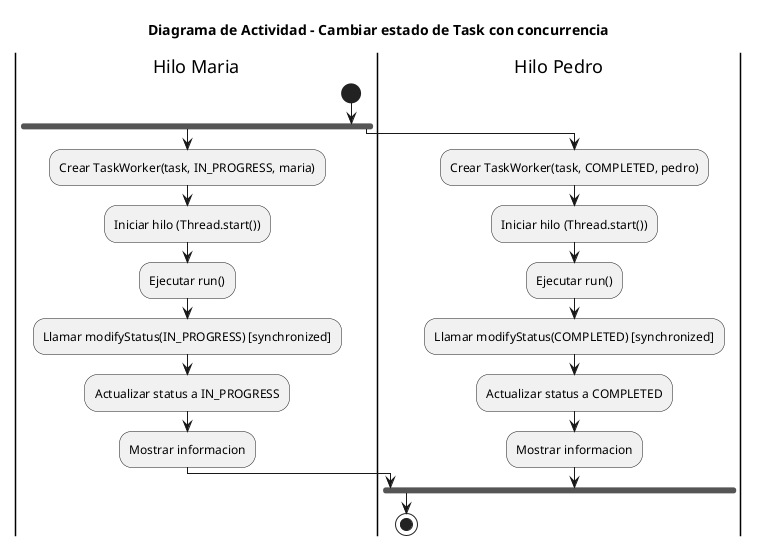
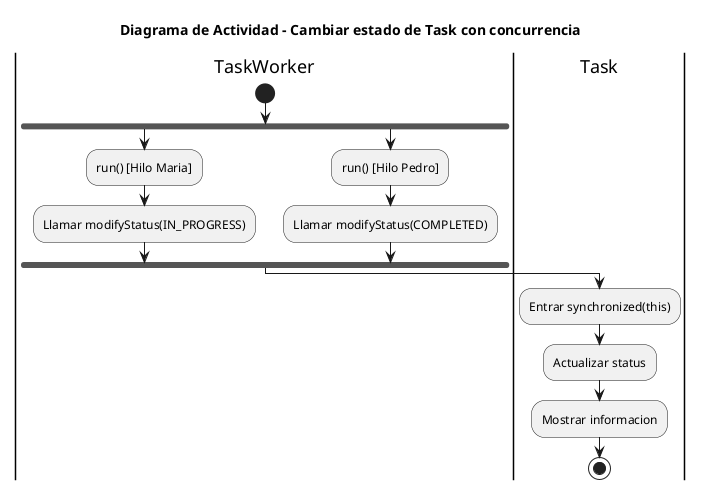
@startuml DiagramaActividadV2
title Diagrama de Actividad - Cambiar estado de Task con concurrencia

- |Hilo Maria|
+ |TaskWorker|
start
fork
-   :Crear TaskWorker(task, IN_PROGRESS, maria);
-   :Iniciar hilo (Thread.start());
-   :Ejecutar run();
-   :Llamar modifyStatus(IN_PROGRESS) [synchronized];
-   :Actualizar status a IN_PROGRESS;
-   :Mostrar informacion;
+   :run() [Hilo Maria];
+   :Llamar modifyStatus(IN_PROGRESS);
fork again
-   |Hilo Pedro|
-   :Crear TaskWorker(task, COMPLETED, pedro);
-   :Iniciar hilo (Thread.start());
-   :Ejecutar run();
-   :Llamar modifyStatus(COMPLETED) [synchronized];
-   :Actualizar status a COMPLETED;
-   :Mostrar informacion;
+   :run() [Hilo Pedro];
+   :Llamar modifyStatus(COMPLETED);
end fork
+ 
+ |Task|
+ :Entrar synchronized(this);
+ :Actualizar status;
+ :Mostrar informacion;
stop

@enduml
